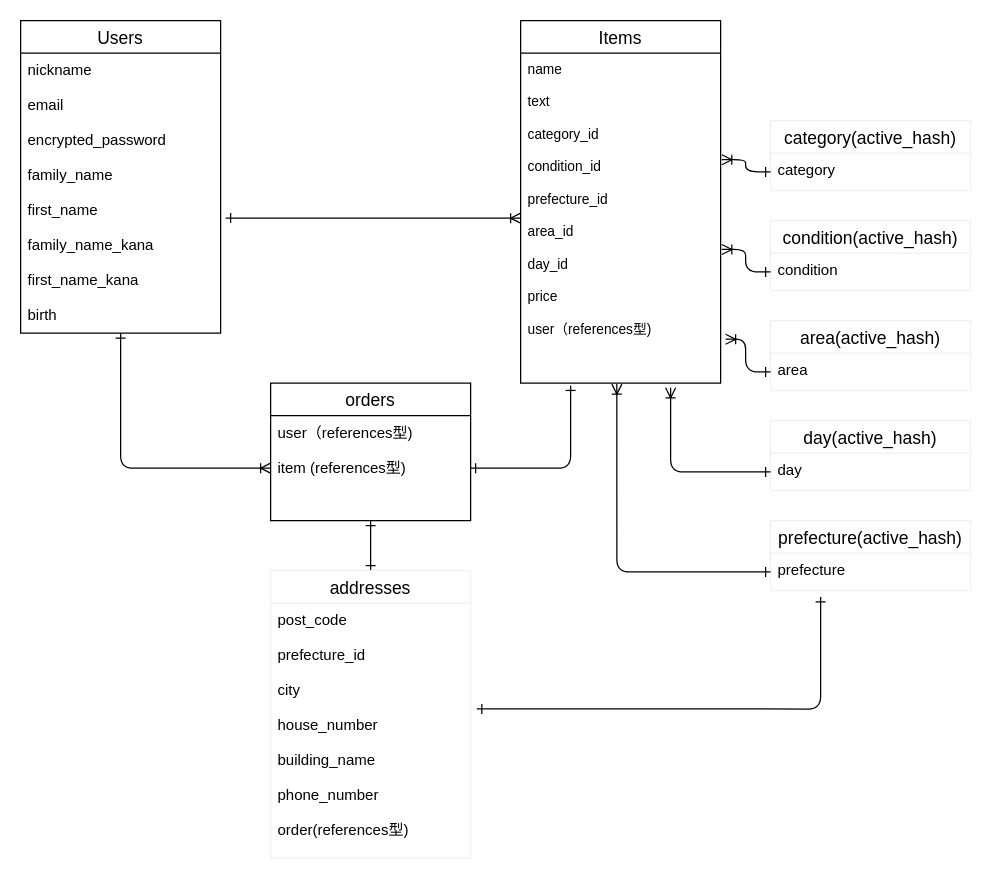
Before: furima.dio in MayumiT/furima-33052, a draw.io diagram. Source tidied: cells renumbered, new cells numbered last; positions are measured from the earlier drawing's top-left corner, leaving out a move shared by most shapes. Both pictures are drawn from the tidied source at 125%, with x=0, y=0 at pixel (20, 20).
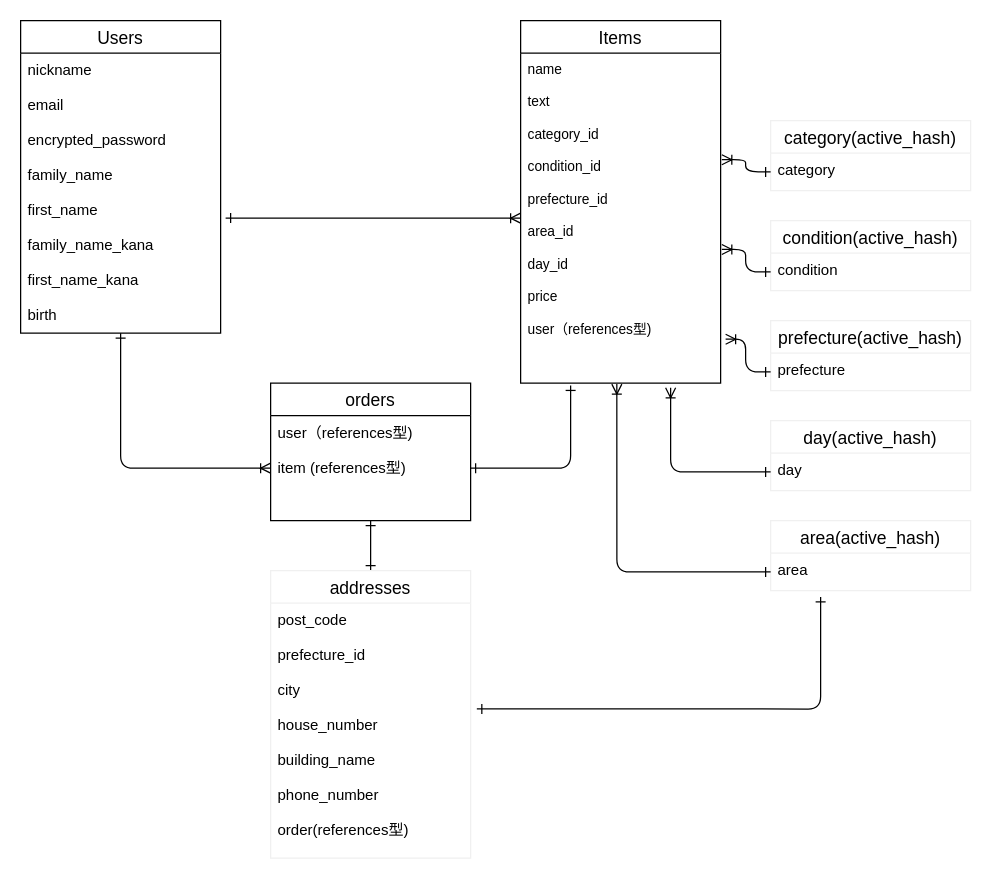
The same page after the edit.

Change to the diagram source:
```diff
@@
-    <mxCell id="19" value="area(active_hash)" style="swimlane;fontStyle=0;horizontal=1;startSize=26;align=center;fontSize=14;strokeColor=#f0f0f0;" parent="1" vertex="1">
+    <mxCell id="19" value="prefecture(active_hash)" style="swimlane;fontStyle=0;horizontal=1;startSize=26;align=center;fontSize=14;strokeColor=#f0f0f0;" parent="1" vertex="1">
       <mxGeometry x="600" y="240" width="160" height="56" as="geometry" />
     </mxCell>
-    <mxCell id="20" value="area" style="text;strokeColor=none;fillColor=none;spacingLeft=4;spacingRight=4;overflow=hidden;points=[[0,0.5],[1,0.5]];portConstraint=eastwest;fontSize=12;" parent="19" vertex="1">
+    <mxCell id="20" value="prefecture" style="text;strokeColor=none;fillColor=none;spacingLeft=4;spacingRight=4;overflow=hidden;points=[[0,0.5],[1,0.5]];portConstraint=eastwest;fontSize=12;" parent="19" vertex="1">
       <mxGeometry y="26" width="160" height="30" as="geometry" />
     </mxCell>
@@
-    <mxCell id="25" value="prefecture(active_hash)" style="swimlane;fontStyle=0;horizontal=1;startSize=26;align=center;fontSize=14;strokeColor=#f0f0f0;" parent="1" vertex="1">
+    <mxCell id="25" value="area(active_hash)" style="swimlane;fontStyle=0;horizontal=1;startSize=26;align=center;fontSize=14;strokeColor=#f0f0f0;" parent="1" vertex="1">
       <mxGeometry x="600" y="400" width="160" height="56" as="geometry" />
     </mxCell>
-    <mxCell id="26" value="prefecture" style="text;strokeColor=none;fillColor=none;spacingLeft=4;spacingRight=4;overflow=hidden;points=[[0,0.5],[1,0.5]];portConstraint=eastwest;fontSize=12;" parent="25" vertex="1">
+    <mxCell id="26" value="area" style="text;strokeColor=none;fillColor=none;spacingLeft=4;spacingRight=4;overflow=hidden;points=[[0,0.5],[1,0.5]];portConstraint=eastwest;fontSize=12;" parent="25" vertex="1">
       <mxGeometry y="26" width="160" height="30" as="geometry" />
     </mxCell>
```
